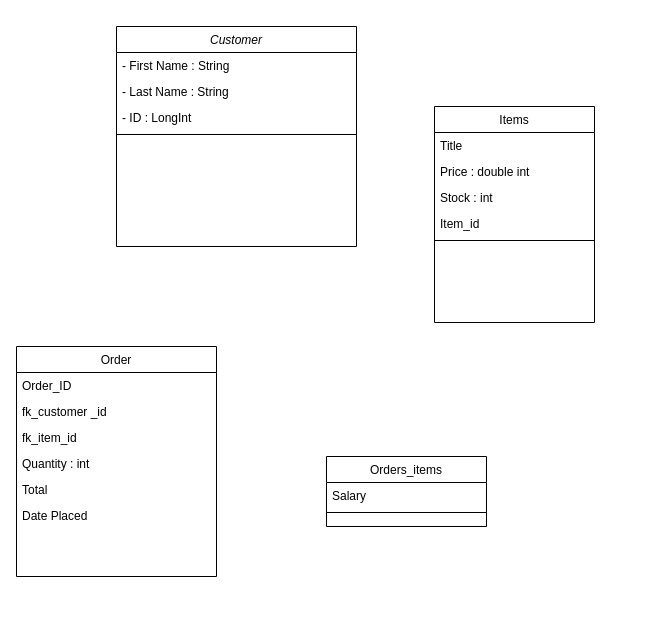
This is src/main/java/com/qa/ims/IMS Diagram.drawio from rebeccaswinton/IMS-22JulyEnable3, a draw.io file, before an edit. Source tidied: cells renumbered, new cells numbered last; positions are measured from the earlier drawing's top-left corner, leaving out a move shared by most shapes. Both pictures are drawn from the tidied source at 100%, with x=0, y=0 at pixel (16, 26).
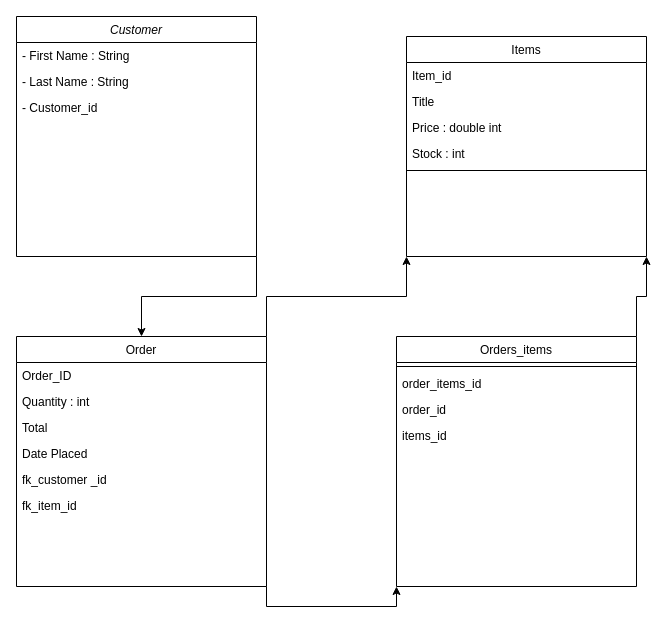
Above is the later version.

The edit, as a diff of the source:
```diff
@@
+    <mxCell id="23" style="edgeStyle=orthogonalEdgeStyle;rounded=0;jettySize=auto;html=1;exitX=1;exitY=1;exitDx=0;exitDy=0;" parent="1" edge="1" source="2" target="7">
+      <mxGeometry relative="1" as="geometry" />
+    </mxCell>
     <mxCell id="2" value="Customer" style="swimlane;fontStyle=2;align=center;verticalAlign=top;horizontal=1;startSize=26;rounded=0;shadow=0;strokeWidth=1;" parent="1" vertex="1">
-      <mxGeometry x="100" width="240" height="220" as="geometry" />
+      <mxGeometry y="-10" width="240" height="240" as="geometry" />
     </mxCell>
@@
-    <mxCell id="5" value="- ID : LongInt" style="text;align=left;verticalAlign=top;spacingLeft=4;spacingRight=4;overflow=hidden;rounded=0;shadow=0;html=0;" parent="2" vertex="1">
+    <mxCell id="5" value="- Customer_id" style="text;align=left;verticalAlign=top;spacingLeft=4;spacingRight=4;overflow=hidden;rounded=0;shadow=0;html=0;" parent="2" vertex="1">
       <mxGeometry y="78" width="240" height="26" as="geometry" />
     </mxCell>
-    <mxCell id="6" style="line;html=1;strokeWidth=1;align=left;verticalAlign=middle;spacingTop=-1;spacingLeft=3;spacingRight=3;labelPosition=right;" parent="2" vertex="1">
-      <mxGeometry y="104" width="240" height="8" as="geometry" />
-    </mxCell>
+    <mxCell id="24" style="edgeStyle=orthogonalEdgeStyle;rounded=0;jettySize=auto;html=1;entryX=0;entryY=1;entryDx=0;entryDy=0;exitX=1;exitY=0;exitDx=0;exitDy=0;" parent="1" edge="1" source="7" target="17">
+      <mxGeometry relative="1" as="geometry" />
+    </mxCell>
+    <mxCell id="25" style="edgeStyle=orthogonalEdgeStyle;rounded=0;jettySize=auto;html=1;exitX=1;exitY=1;exitDx=0;exitDy=0;entryX=0;entryY=1;entryDx=0;entryDy=0;" parent="1" edge="1" source="7" target="14">
+      <mxGeometry relative="1" as="geometry" />
+    </mxCell>
     <mxCell id="7" value="Order" style="swimlane;fontStyle=0;align=center;verticalAlign=top;horizontal=1;startSize=26;rounded=0;shadow=0;strokeWidth=1;" parent="1" vertex="1">
-      <mxGeometry y="320" width="200" height="230" as="geometry" />
+      <mxGeometry y="310" width="250" height="250" as="geometry" />
     </mxCell>
     <mxCell id="8" value="Order_ID" style="text;align=left;verticalAlign=top;spacingLeft=4;spacingRight=4;overflow=hidden;" parent="7" vertex="1">
-      <mxGeometry y="26" width="200" height="26" as="geometry" />
+      <mxGeometry y="26" width="250" height="26" as="geometry" />
     </mxCell>
-    <mxCell id="9" value="fk_customer _id" style="text;align=left;verticalAlign=top;spacingLeft=4;spacingRight=4;overflow=hidden;rounded=0;shadow=0;html=0;" parent="7" vertex="1">
-      <mxGeometry y="52" width="200" height="26" as="geometry" />
-    </mxCell>
-    <mxCell id="10" value="fk_item_id" style="text;align=left;verticalAlign=top;spacingLeft=4;spacingRight=4;overflow=hidden;rounded=0;shadow=0;html=0;" parent="7" vertex="1">
-      <mxGeometry y="78" width="200" height="26" as="geometry" />
-    </mxCell>
     <mxCell id="11" value="Quantity : int &#10;&#10;" style="text;align=left;verticalAlign=top;spacingLeft=4;spacingRight=4;overflow=hidden;rounded=0;shadow=0;html=0;" parent="7" vertex="1">
-      <mxGeometry y="104" width="200" height="26" as="geometry" />
+      <mxGeometry y="52" width="250" height="26" as="geometry" />
     </mxCell>
     <mxCell id="12" value="Total" style="text;align=left;verticalAlign=top;spacingLeft=4;spacingRight=4;overflow=hidden;rounded=0;shadow=0;html=0;" parent="7" vertex="1">
-      <mxGeometry y="130" width="200" height="26" as="geometry" />
+      <mxGeometry y="78" width="250" height="26" as="geometry" />
     </mxCell>
     <mxCell id="13" value="Date Placed" style="text;align=left;verticalAlign=top;spacingLeft=4;spacingRight=4;overflow=hidden;rounded=0;shadow=0;html=0;" parent="7" vertex="1">
-      <mxGeometry y="156" width="200" height="26" as="geometry" />
+      <mxGeometry y="104" width="250" height="26" as="geometry" />
     </mxCell>
+    <mxCell id="9" value="fk_customer _id" style="text;align=left;verticalAlign=top;spacingLeft=4;spacingRight=4;overflow=hidden;rounded=0;shadow=0;html=0;" parent="7" vertex="1">
+      <mxGeometry y="130" width="250" height="26" as="geometry" />
+    </mxCell>
+    <mxCell id="10" value="fk_item_id" style="text;align=left;verticalAlign=top;spacingLeft=4;spacingRight=4;overflow=hidden;rounded=0;shadow=0;html=0;" parent="7" vertex="1">
+      <mxGeometry y="156" width="250" height="26" as="geometry" />
+    </mxCell>
+    <mxCell id="26" style="edgeStyle=orthogonalEdgeStyle;rounded=0;jettySize=auto;html=1;exitX=1;exitY=0;exitDx=0;exitDy=0;entryX=1;entryY=1;entryDx=0;entryDy=0;" parent="1" edge="1" source="14" target="17">
+      <mxGeometry relative="1" as="geometry" />
+    </mxCell>
     <mxCell id="14" value="Orders_items" style="swimlane;fontStyle=0;align=center;verticalAlign=top;horizontal=1;startSize=26;rounded=0;shadow=0;strokeWidth=1;" parent="1" vertex="1">
-      <mxGeometry x="310" y="430" width="160" height="70" as="geometry" />
+      <mxGeometry x="380" y="310" width="240" height="250" as="geometry" />
     </mxCell>
-    <mxCell id="15" value="Salary" style="text;align=left;verticalAlign=top;spacingLeft=4;spacingRight=4;overflow=hidden;" parent="14" vertex="1">
-      <mxGeometry y="26" width="160" height="26" as="geometry" />
-    </mxCell>
     <mxCell id="16" style="line;html=1;strokeWidth=1;align=left;verticalAlign=middle;spacingTop=-1;spacingLeft=3;spacingRight=3;labelPosition=right;" parent="14" vertex="1">
-      <mxGeometry y="52" width="160" height="8" as="geometry" />
+      <mxGeometry y="26" width="240" height="8" as="geometry" />
     </mxCell>
+    <mxCell id="27" value="order_items_id" style="text;align=left;verticalAlign=top;spacingLeft=4;spacingRight=4;overflow=hidden;rounded=0;shadow=0;html=0;" parent="14" vertex="1">
+      <mxGeometry y="34" width="240" height="26" as="geometry" />
+    </mxCell>
+    <mxCell id="28" value="order_id" style="text;align=left;verticalAlign=top;spacingLeft=4;spacingRight=4;overflow=hidden;rounded=0;shadow=0;html=0;" parent="14" vertex="1">
+      <mxGeometry y="60" width="240" height="26" as="geometry" />
+    </mxCell>
+    <mxCell id="29" value="items_id" style="text;align=left;verticalAlign=top;spacingLeft=4;spacingRight=4;overflow=hidden;rounded=0;shadow=0;html=0;" parent="14" vertex="1">
+      <mxGeometry y="86" width="240" height="26" as="geometry" />
+    </mxCell>
     <mxCell id="17" value="Items" style="swimlane;fontStyle=0;align=center;verticalAlign=top;horizontal=1;startSize=26;rounded=0;shadow=0;strokeWidth=1;" parent="1" vertex="1">
-      <mxGeometry x="418" y="80" width="160" height="216" as="geometry" />
+      <mxGeometry x="390" y="10" width="240" height="220" as="geometry" />
     </mxCell>
+    <mxCell id="21" value="Item_id" style="text;align=left;verticalAlign=top;spacingLeft=4;spacingRight=4;overflow=hidden;rounded=0;shadow=0;html=0;" parent="17" vertex="1">
+      <mxGeometry y="26" width="240" height="26" as="geometry" />
+    </mxCell>
     <mxCell id="18" value="Title" style="text;align=left;verticalAlign=top;spacingLeft=4;spacingRight=4;overflow=hidden;" parent="17" vertex="1">
-      <mxGeometry y="26" width="160" height="26" as="geometry" />
+      <mxGeometry y="52" width="240" height="26" as="geometry" />
     </mxCell>
     <mxCell id="19" value="Price : double int" style="text;align=left;verticalAlign=top;spacingLeft=4;spacingRight=4;overflow=hidden;rounded=0;shadow=0;html=0;" parent="17" vertex="1">
-      <mxGeometry y="52" width="160" height="26" as="geometry" />
+      <mxGeometry y="78" width="240" height="26" as="geometry" />
     </mxCell>
     <mxCell id="20" value="Stock : int" style="text;align=left;verticalAlign=top;spacingLeft=4;spacingRight=4;overflow=hidden;rounded=0;shadow=0;html=0;" parent="17" vertex="1">
-      <mxGeometry y="78" width="160" height="26" as="geometry" />
+      <mxGeometry y="104" width="240" height="26" as="geometry" />
     </mxCell>
-    <mxCell id="21" value="Item_id" style="text;align=left;verticalAlign=top;spacingLeft=4;spacingRight=4;overflow=hidden;rounded=0;shadow=0;html=0;" parent="17" vertex="1">
-      <mxGeometry y="104" width="160" height="26" as="geometry" />
-    </mxCell>
     <mxCell id="22" style="line;html=1;strokeWidth=1;align=left;verticalAlign=middle;spacingTop=-1;spacingLeft=3;spacingRight=3;labelPosition=right;" parent="17" vertex="1">
-      <mxGeometry y="130" width="160" height="8" as="geometry" />
+      <mxGeometry y="130" width="240" height="8" as="geometry" />
     </mxCell>
```
